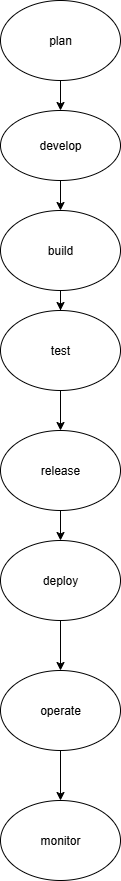
The draw.io diagram visualize tool devops.drawio.png in theerdhasri/project2, before a commit. Source tidied: cells renumbered, new cells last; positions are measured from the earlier drawing's top-left corner, leaving out a move shared by most shapes. Its diagram source:
```xml
<mxGraphModel>
  <root>
    <mxCell id="0" />
    <mxCell id="1" parent="0" />
    <mxCell id="2" style="edgeStyle=orthogonalEdgeStyle;rounded=0;jettySize=auto;html=1;exitX=0.5;exitY=1;exitDx=0;exitDy=0;entryX=0.5;entryY=0;entryDx=0;entryDy=0;" parent="1" edge="1" source="3" target="5">
      <mxGeometry relative="1" as="geometry" />
    </mxCell>
    <mxCell id="3" value="plan" style="ellipse;whiteSpace=wrap;html=1;" parent="1" vertex="1">
      <mxGeometry width="120" height="80" as="geometry" />
    </mxCell>
    <mxCell id="4" style="edgeStyle=orthogonalEdgeStyle;rounded=0;jettySize=auto;html=1;" parent="1" edge="1" source="5" target="7">
      <mxGeometry relative="1" as="geometry" />
    </mxCell>
    <mxCell id="5" value="develop" style="ellipse;whiteSpace=wrap;html=1;" parent="1" vertex="1">
      <mxGeometry y="110" width="120" height="70" as="geometry" />
    </mxCell>
    <mxCell id="6" style="edgeStyle=orthogonalEdgeStyle;rounded=0;jettySize=auto;html=1;" parent="1" edge="1" source="7" target="9">
      <mxGeometry relative="1" as="geometry" />
    </mxCell>
    <mxCell id="7" value="build" style="ellipse;whiteSpace=wrap;html=1;" parent="1" vertex="1">
      <mxGeometry y="210" width="120" height="80" as="geometry" />
    </mxCell>
    <mxCell id="8" style="edgeStyle=orthogonalEdgeStyle;rounded=0;jettySize=auto;html=1;" parent="1" edge="1" source="9" target="11">
      <mxGeometry relative="1" as="geometry" />
    </mxCell>
    <mxCell id="9" value="test" style="ellipse;whiteSpace=wrap;html=1;" parent="1" vertex="1">
      <mxGeometry y="310" width="120" height="80" as="geometry" />
    </mxCell>
    <mxCell id="10" style="edgeStyle=orthogonalEdgeStyle;rounded=0;jettySize=auto;html=1;" parent="1" edge="1" source="11" target="13">
      <mxGeometry relative="1" as="geometry" />
    </mxCell>
    <mxCell id="11" value="release" style="ellipse;whiteSpace=wrap;html=1;" parent="1" vertex="1">
      <mxGeometry y="430" width="120" height="80" as="geometry" />
    </mxCell>
    <mxCell id="12" style="edgeStyle=orthogonalEdgeStyle;rounded=0;jettySize=auto;html=1;" parent="1" edge="1" source="13" target="15">
      <mxGeometry relative="1" as="geometry" />
    </mxCell>
    <mxCell id="13" value="deploy" style="ellipse;whiteSpace=wrap;html=1;" parent="1" vertex="1">
      <mxGeometry y="540" width="120" height="80" as="geometry" />
    </mxCell>
    <mxCell id="14" style="edgeStyle=orthogonalEdgeStyle;rounded=0;jettySize=auto;html=1;exitX=0.5;exitY=1;exitDx=0;exitDy=0;entryX=0.5;entryY=0;entryDx=0;entryDy=0;" parent="1" edge="1" source="15" target="16">
      <mxGeometry relative="1" as="geometry" />
    </mxCell>
    <mxCell id="15" value="operate" style="ellipse;whiteSpace=wrap;html=1;" parent="1" vertex="1">
      <mxGeometry y="670" width="120" height="80" as="geometry" />
    </mxCell>
    <mxCell id="16" value="monitor" style="ellipse;whiteSpace=wrap;html=1;" parent="1" vertex="1">
      <mxGeometry y="800" width="120" height="80" as="geometry" />
    </mxCell>
  </root>
</mxGraphModel>
```
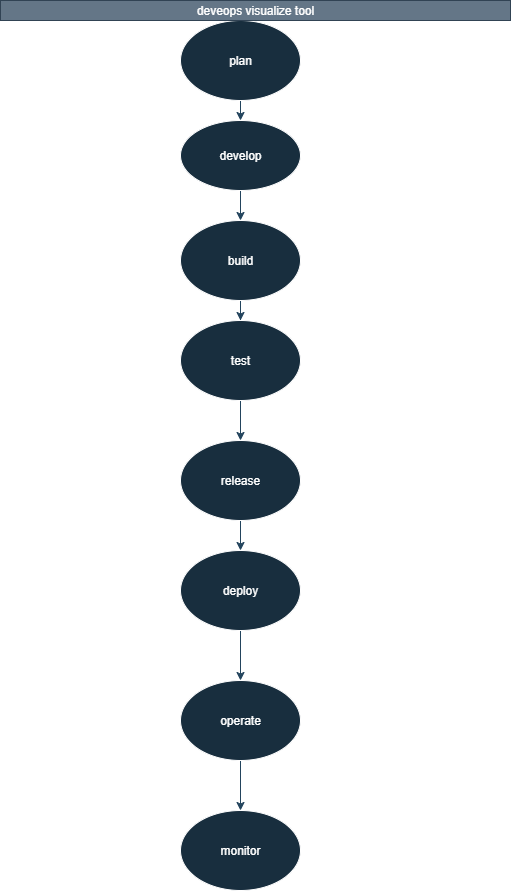
After the change.

Change to the diagram source:
```diff
@@ -2,50 +2,53 @@
   <root>
     <mxCell id="0" />
     <mxCell id="1" parent="0" />
-    <mxCell id="2" style="edgeStyle=orthogonalEdgeStyle;rounded=0;jettySize=auto;html=1;exitX=0.5;exitY=1;exitDx=0;exitDy=0;entryX=0.5;entryY=0;entryDx=0;entryDy=0;" parent="1" edge="1" source="3" target="5">
+    <mxCell id="2" style="edgeStyle=orthogonalEdgeStyle;rounded=0;jettySize=auto;html=1;exitX=0.5;exitY=1;exitDx=0;exitDy=0;entryX=0.5;entryY=0;entryDx=0;entryDy=0;labelBackgroundColor=none;strokeColor=#23445D;fontColor=default;" parent="1" edge="1" source="3" target="5">
       <mxGeometry relative="1" as="geometry" />
     </mxCell>
-    <mxCell id="3" value="plan" style="ellipse;whiteSpace=wrap;html=1;" parent="1" vertex="1">
-      <mxGeometry width="120" height="80" as="geometry" />
+    <mxCell id="3" value="plan" style="ellipse;whiteSpace=wrap;html=1;labelBackgroundColor=none;fillColor=#182E3E;strokeColor=#FFFFFF;fontColor=#FFFFFF;" parent="1" vertex="1">
+      <mxGeometry y="10" width="120" height="80" as="geometry" />
     </mxCell>
-    <mxCell id="4" style="edgeStyle=orthogonalEdgeStyle;rounded=0;jettySize=auto;html=1;" parent="1" edge="1" source="5" target="7">
+    <mxCell id="4" style="edgeStyle=orthogonalEdgeStyle;rounded=0;jettySize=auto;html=1;labelBackgroundColor=none;strokeColor=#23445D;fontColor=default;" parent="1" edge="1" source="5" target="7">
       <mxGeometry relative="1" as="geometry" />
     </mxCell>
-    <mxCell id="5" value="develop" style="ellipse;whiteSpace=wrap;html=1;" parent="1" vertex="1">
+    <mxCell id="5" value="develop" style="ellipse;whiteSpace=wrap;html=1;labelBackgroundColor=none;fillColor=#182E3E;strokeColor=#FFFFFF;fontColor=#FFFFFF;" parent="1" vertex="1">
       <mxGeometry y="110" width="120" height="70" as="geometry" />
     </mxCell>
-    <mxCell id="6" style="edgeStyle=orthogonalEdgeStyle;rounded=0;jettySize=auto;html=1;" parent="1" edge="1" source="7" target="9">
+    <mxCell id="6" style="edgeStyle=orthogonalEdgeStyle;rounded=0;jettySize=auto;html=1;labelBackgroundColor=none;strokeColor=#23445D;fontColor=default;" parent="1" edge="1" source="7" target="9">
       <mxGeometry relative="1" as="geometry" />
     </mxCell>
-    <mxCell id="7" value="build" style="ellipse;whiteSpace=wrap;html=1;" parent="1" vertex="1">
+    <mxCell id="7" value="build" style="ellipse;whiteSpace=wrap;html=1;labelBackgroundColor=none;fillColor=#182E3E;strokeColor=#FFFFFF;fontColor=#FFFFFF;" parent="1" vertex="1">
       <mxGeometry y="210" width="120" height="80" as="geometry" />
     </mxCell>
-    <mxCell id="8" style="edgeStyle=orthogonalEdgeStyle;rounded=0;jettySize=auto;html=1;" parent="1" edge="1" source="9" target="11">
+    <mxCell id="8" style="edgeStyle=orthogonalEdgeStyle;rounded=0;jettySize=auto;html=1;labelBackgroundColor=none;strokeColor=#23445D;fontColor=default;" parent="1" edge="1" source="9" target="11">
       <mxGeometry relative="1" as="geometry" />
     </mxCell>
-    <mxCell id="9" value="test" style="ellipse;whiteSpace=wrap;html=1;" parent="1" vertex="1">
+    <mxCell id="9" value="test" style="ellipse;whiteSpace=wrap;html=1;labelBackgroundColor=none;fillColor=#182E3E;strokeColor=#FFFFFF;fontColor=#FFFFFF;" parent="1" vertex="1">
       <mxGeometry y="310" width="120" height="80" as="geometry" />
     </mxCell>
-    <mxCell id="10" style="edgeStyle=orthogonalEdgeStyle;rounded=0;jettySize=auto;html=1;" parent="1" edge="1" source="11" target="13">
+    <mxCell id="10" style="edgeStyle=orthogonalEdgeStyle;rounded=0;jettySize=auto;html=1;labelBackgroundColor=none;strokeColor=#23445D;fontColor=default;" parent="1" edge="1" source="11" target="13">
       <mxGeometry relative="1" as="geometry" />
     </mxCell>
-    <mxCell id="11" value="release" style="ellipse;whiteSpace=wrap;html=1;" parent="1" vertex="1">
+    <mxCell id="11" value="release" style="ellipse;whiteSpace=wrap;html=1;labelBackgroundColor=none;fillColor=#182E3E;strokeColor=#FFFFFF;fontColor=#FFFFFF;" parent="1" vertex="1">
       <mxGeometry y="430" width="120" height="80" as="geometry" />
     </mxCell>
-    <mxCell id="12" style="edgeStyle=orthogonalEdgeStyle;rounded=0;jettySize=auto;html=1;" parent="1" edge="1" source="13" target="15">
+    <mxCell id="12" style="edgeStyle=orthogonalEdgeStyle;rounded=0;jettySize=auto;html=1;labelBackgroundColor=none;strokeColor=#23445D;fontColor=default;" parent="1" edge="1" source="13" target="15">
       <mxGeometry relative="1" as="geometry" />
     </mxCell>
-    <mxCell id="13" value="deploy" style="ellipse;whiteSpace=wrap;html=1;" parent="1" vertex="1">
+    <mxCell id="13" value="deploy" style="ellipse;whiteSpace=wrap;html=1;labelBackgroundColor=none;fillColor=#182E3E;strokeColor=#FFFFFF;fontColor=#FFFFFF;" parent="1" vertex="1">
       <mxGeometry y="540" width="120" height="80" as="geometry" />
     </mxCell>
-    <mxCell id="14" style="edgeStyle=orthogonalEdgeStyle;rounded=0;jettySize=auto;html=1;exitX=0.5;exitY=1;exitDx=0;exitDy=0;entryX=0.5;entryY=0;entryDx=0;entryDy=0;" parent="1" edge="1" source="15" target="16">
+    <mxCell id="14" style="edgeStyle=orthogonalEdgeStyle;rounded=0;jettySize=auto;html=1;exitX=0.5;exitY=1;exitDx=0;exitDy=0;entryX=0.5;entryY=0;entryDx=0;entryDy=0;labelBackgroundColor=none;strokeColor=#23445D;fontColor=default;" parent="1" edge="1" source="15" target="16">
       <mxGeometry relative="1" as="geometry" />
     </mxCell>
-    <mxCell id="15" value="operate" style="ellipse;whiteSpace=wrap;html=1;" parent="1" vertex="1">
+    <mxCell id="15" value="operate" style="ellipse;whiteSpace=wrap;html=1;labelBackgroundColor=none;fillColor=#182E3E;strokeColor=#FFFFFF;fontColor=#FFFFFF;" parent="1" vertex="1">
       <mxGeometry y="670" width="120" height="80" as="geometry" />
     </mxCell>
-    <mxCell id="16" value="monitor" style="ellipse;whiteSpace=wrap;html=1;" parent="1" vertex="1">
+    <mxCell id="16" value="monitor" style="ellipse;whiteSpace=wrap;html=1;labelBackgroundColor=none;fillColor=#182E3E;strokeColor=#FFFFFF;fontColor=#FFFFFF;" parent="1" vertex="1">
       <mxGeometry y="800" width="120" height="80" as="geometry" />
     </mxCell>
+    <mxCell id="17" value="deveops visualize tool" style="rounded=0;whiteSpace=wrap;html=1;fillColor=#647687;strokeColor=#314354;fontColor=#ffffff;" parent="1" vertex="1">
+      <mxGeometry x="-180" y="-10" width="510" height="20" as="geometry" />
+    </mxCell>
   </root>
 </mxGraphModel>
```
